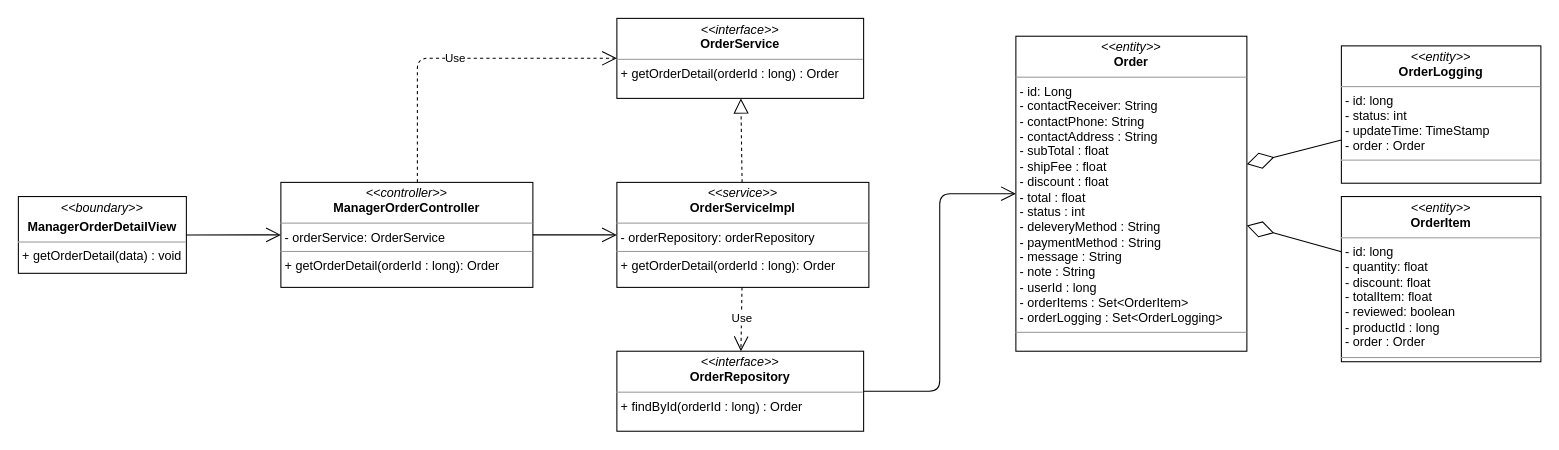
Before: class diagram/manager-order-detail-class-diagram.drawio in nguyenphamvan/datn_20202, a draw.io diagram. Source tidied: cells renumbered, new cells numbered last; positions are measured from the earlier drawing's top-left corner, leaving out a move shared by most shapes. Both pictures are drawn from the tidied source at 105%, with x=0, y=0 at pixel (18, 18).
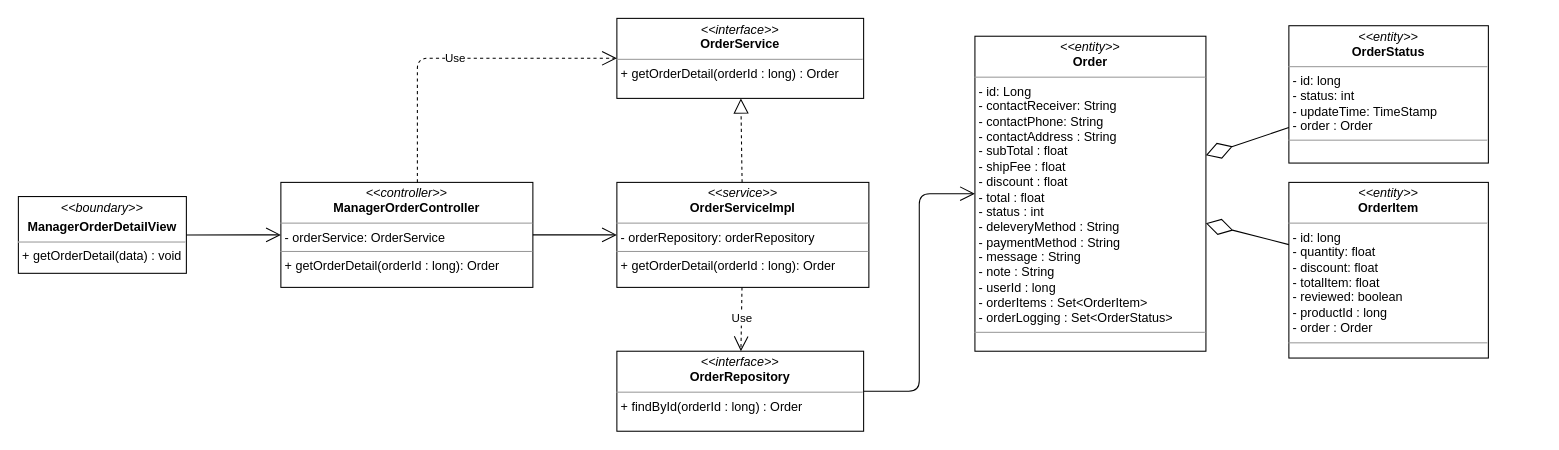
Above is the later version.

The edit, as a diff of the source:
```diff
@@
 <mxGraphModel>
   <root>
     <mxCell id="0" />
     <mxCell id="1" parent="0" />
     <mxCell id="2" value="&lt;p style=&quot;margin: 0px ; margin-top: 4px ; text-align: center&quot;&gt;&lt;i&gt;&amp;lt;&amp;lt;boundary&amp;gt;&amp;gt;&lt;/i&gt;&lt;/p&gt;&lt;p style=&quot;margin: 0px ; margin-top: 4px ; text-align: center&quot;&gt;&lt;b&gt;ManagerOrderDetailView&lt;/b&gt;&lt;/p&gt;&lt;hr size=&quot;1&quot;&gt;&lt;p style=&quot;margin: 0px ; margin-left: 4px&quot;&gt;&lt;span&gt;+ getOrderDetail(data) : void&lt;/span&gt;&lt;br&gt;&lt;/p&gt;" style="verticalAlign=top;align=left;overflow=fill;fontSize=12;fontFamily=Helvetica;html=1;" parent="1" vertex="1">
       <mxGeometry y="169.7" width="160" height="73.1" as="geometry" />
     </mxCell>
     <mxCell id="3" style="endArrow=open;endFill=1;endSize=12;html=1;entryX=0;entryY=0.5;entryDx=0;entryDy=0;exitX=1;exitY=0.5;exitDx=0;exitDy=0;" parent="1" edge="1" source="2" target="7">
       <mxGeometry relative="1" as="geometry" />
     </mxCell>
     <mxCell id="4" style="endArrow=open;endFill=1;endSize=12;html=1;exitX=1;exitY=0.5;exitDx=0;exitDy=0;edgeStyle=orthogonalEdgeStyle;" parent="1" edge="1" source="5" target="13">
       <mxGeometry relative="1" as="geometry" />
     </mxCell>
     <mxCell id="5" value="&lt;p style=&quot;margin: 0px ; margin-top: 4px ; text-align: center&quot;&gt;&lt;i&gt;&amp;lt;&amp;lt;interface&amp;gt;&amp;gt;&lt;/i&gt;&lt;br&gt;&lt;b&gt;OrderRepository&lt;/b&gt;&lt;/p&gt;&lt;hr size=&quot;1&quot;&gt;&lt;p style=&quot;margin: 0px ; margin-left: 4px&quot;&gt;+ findById(orderId : long) : Order&lt;/p&gt;" style="verticalAlign=top;align=left;overflow=fill;fontSize=12;fontFamily=Helvetica;html=1;" parent="1" vertex="1">
       <mxGeometry x="570" y="317" width="235" height="76.2" as="geometry" />
     </mxCell>
     <mxCell id="6" value="&lt;p style=&quot;margin: 0px ; margin-top: 4px ; text-align: center&quot;&gt;&lt;i&gt;&amp;lt;&amp;lt;interface&amp;gt;&amp;gt;&lt;/i&gt;&lt;br&gt;&lt;b&gt;OrderService&lt;/b&gt;&lt;/p&gt;&lt;hr size=&quot;1&quot;&gt;&lt;p style=&quot;margin: 0px ; margin-left: 4px&quot;&gt;+ getOrderDetail(orderId : long) : Order&lt;/p&gt;" style="verticalAlign=top;align=left;overflow=fill;fontSize=12;fontFamily=Helvetica;html=1;" parent="1" vertex="1">
       <mxGeometry x="570" width="235" height="76.2" as="geometry" />
     </mxCell>
     <mxCell id="7" value="&lt;p style=&quot;margin: 0px ; margin-top: 4px ; text-align: center&quot;&gt;&lt;i&gt;&amp;lt;&amp;lt;controller&amp;gt;&amp;gt;&lt;/i&gt;&lt;br&gt;&lt;b&gt;ManagerOrderController&lt;/b&gt;&lt;br&gt;&lt;/p&gt;&lt;hr size=&quot;1&quot;&gt;&lt;p style=&quot;margin: 0px ; margin-left: 4px&quot;&gt;- orderService: OrderService&lt;br&gt;&lt;/p&gt;&lt;hr size=&quot;1&quot;&gt;&lt;p style=&quot;margin: 0px ; margin-left: 4px&quot;&gt;+ getOrderDetail(orderId : long): Order&lt;br&gt;&lt;/p&gt;" style="verticalAlign=top;align=left;overflow=fill;fontSize=12;fontFamily=Helvetica;html=1;" parent="1" vertex="1">
       <mxGeometry x="250" y="156.2" width="240" height="100" as="geometry" />
     </mxCell>
     <mxCell id="8" value="&lt;p style=&quot;margin: 0px ; margin-top: 4px ; text-align: center&quot;&gt;&lt;i&gt;&amp;lt;&amp;lt;service&amp;gt;&amp;gt;&lt;/i&gt;&lt;br&gt;&lt;b&gt;OrderServiceImpl&lt;/b&gt;&lt;/p&gt;&lt;hr size=&quot;1&quot;&gt;&lt;p style=&quot;margin: 0px ; margin-left: 4px&quot;&gt;- orderRepository: orderRepository&lt;br&gt;&lt;/p&gt;&lt;hr size=&quot;1&quot;&gt;&lt;p style=&quot;margin: 0px ; margin-left: 4px&quot;&gt;+ getOrderDetail(orderId : long): Order&lt;br&gt;&lt;/p&gt;" style="verticalAlign=top;align=left;overflow=fill;fontSize=12;fontFamily=Helvetica;html=1;" parent="1" vertex="1">
       <mxGeometry x="570" y="156.2" width="240" height="100" as="geometry" />
     </mxCell>
     <mxCell id="9" value="Use" style="endArrow=open;endSize=12;dashed=1;html=1;edgeStyle=orthogonalEdgeStyle;" parent="1" edge="1" source="7" target="6">
       <mxGeometry relative="1" as="geometry">
         <Array as="points">
           <mxPoint x="380" y="38" />
         </Array>
       </mxGeometry>
     </mxCell>
     <mxCell id="10" style="endArrow=block;dashed=1;endFill=0;endSize=12;html=1;" parent="1" edge="1" source="8" target="6">
       <mxGeometry relative="1" as="geometry" />
     </mxCell>
     <mxCell id="11" value="Use" style="endArrow=open;endSize=12;dashed=1;html=1;" parent="1" edge="1" source="8" target="5">
       <mxGeometry relative="1" as="geometry" />
     </mxCell>
     <mxCell id="12" style="endArrow=open;endFill=1;endSize=12;html=1;" parent="1" edge="1" source="7" target="8">
       <mxGeometry relative="1" as="geometry" />
     </mxCell>
-    <mxCell id="13" value="&lt;p style=&quot;margin: 0px ; margin-top: 4px ; text-align: center&quot;&gt;&lt;i&gt;&amp;lt;&amp;lt;entity&amp;gt;&amp;gt;&lt;/i&gt;&lt;br&gt;&lt;b&gt;Order&lt;/b&gt;&lt;/p&gt;&lt;hr size=&quot;1&quot;&gt;&lt;p style=&quot;margin: 0px ; margin-left: 4px&quot;&gt;- id: Long&lt;/p&gt;&lt;p style=&quot;margin: 0px 0px 0px 4px&quot;&gt;- contactReceiver: String&lt;br&gt;- contactPhone: String&lt;/p&gt;&lt;p style=&quot;margin: 0px 0px 0px 4px&quot;&gt;- contactAddress : String&lt;/p&gt;&lt;p style=&quot;margin: 0px 0px 0px 4px&quot;&gt;- subTotal : float&lt;/p&gt;&lt;p style=&quot;margin: 0px 0px 0px 4px&quot;&gt;- shipFee : float&lt;/p&gt;&lt;p style=&quot;margin: 0px 0px 0px 4px&quot;&gt;- discount : float&lt;/p&gt;&lt;p style=&quot;margin: 0px 0px 0px 4px&quot;&gt;- total : float&lt;/p&gt;&lt;p style=&quot;margin: 0px 0px 0px 4px&quot;&gt;- status : int&lt;/p&gt;&lt;p style=&quot;margin: 0px 0px 0px 4px&quot;&gt;- deleveryMethod : String&lt;/p&gt;&lt;p style=&quot;margin: 0px 0px 0px 4px&quot;&gt;- paymentMethod : String&lt;/p&gt;&lt;p style=&quot;margin: 0px 0px 0px 4px&quot;&gt;- message : String&lt;/p&gt;&lt;p style=&quot;margin: 0px 0px 0px 4px&quot;&gt;- note : String&lt;/p&gt;&lt;p style=&quot;margin: 0px 0px 0px 4px&quot;&gt;- userId : long&lt;/p&gt;&lt;p style=&quot;margin: 0px 0px 0px 4px&quot;&gt;- orderItems : Set&amp;lt;OrderItem&amp;gt;&lt;/p&gt;&lt;p style=&quot;margin: 0px 0px 0px 4px&quot;&gt;- orderLogging : Set&amp;lt;OrderLogging&amp;gt;&amp;nbsp;&lt;/p&gt;&lt;hr size=&quot;1&quot;&gt;&lt;p style=&quot;margin: 0px ; margin-left: 4px&quot;&gt;&lt;br&gt;&lt;/p&gt;" style="verticalAlign=top;align=left;overflow=fill;fontSize=12;fontFamily=Helvetica;html=1;" parent="1" vertex="1">
-      <mxGeometry x="950" y="17" width="220" height="300" as="geometry" />
+    <mxCell id="13" value="&lt;p style=&quot;margin: 0px ; margin-top: 4px ; text-align: center&quot;&gt;&lt;i&gt;&amp;lt;&amp;lt;entity&amp;gt;&amp;gt;&lt;/i&gt;&lt;br&gt;&lt;b&gt;Order&lt;/b&gt;&lt;/p&gt;&lt;hr size=&quot;1&quot;&gt;&lt;p style=&quot;margin: 0px ; margin-left: 4px&quot;&gt;- id: Long&lt;/p&gt;&lt;p style=&quot;margin: 0px 0px 0px 4px&quot;&gt;- contactReceiver: String&lt;br&gt;- contactPhone: String&lt;/p&gt;&lt;p style=&quot;margin: 0px 0px 0px 4px&quot;&gt;- contactAddress : String&lt;/p&gt;&lt;p style=&quot;margin: 0px 0px 0px 4px&quot;&gt;- subTotal : float&lt;/p&gt;&lt;p style=&quot;margin: 0px 0px 0px 4px&quot;&gt;- shipFee : float&lt;/p&gt;&lt;p style=&quot;margin: 0px 0px 0px 4px&quot;&gt;- discount : float&lt;/p&gt;&lt;p style=&quot;margin: 0px 0px 0px 4px&quot;&gt;- total : float&lt;/p&gt;&lt;p style=&quot;margin: 0px 0px 0px 4px&quot;&gt;- status : int&lt;/p&gt;&lt;p style=&quot;margin: 0px 0px 0px 4px&quot;&gt;- deleveryMethod : String&lt;/p&gt;&lt;p style=&quot;margin: 0px 0px 0px 4px&quot;&gt;- paymentMethod : String&lt;/p&gt;&lt;p style=&quot;margin: 0px 0px 0px 4px&quot;&gt;- message : String&lt;/p&gt;&lt;p style=&quot;margin: 0px 0px 0px 4px&quot;&gt;- note : String&lt;/p&gt;&lt;p style=&quot;margin: 0px 0px 0px 4px&quot;&gt;- userId : long&lt;/p&gt;&lt;p style=&quot;margin: 0px 0px 0px 4px&quot;&gt;- orderItems : Set&amp;lt;OrderItem&amp;gt;&lt;/p&gt;&lt;p style=&quot;margin: 0px 0px 0px 4px&quot;&gt;- orderLogging : Set&amp;lt;OrderStatus&amp;gt;&amp;nbsp;&lt;/p&gt;&lt;hr size=&quot;1&quot;&gt;&lt;p style=&quot;margin: 0px ; margin-left: 4px&quot;&gt;&lt;br&gt;&lt;/p&gt;" style="verticalAlign=top;align=left;overflow=fill;fontSize=12;fontFamily=Helvetica;html=1;" parent="1" vertex="1">
+      <mxGeometry x="911" y="17" width="220" height="300" as="geometry" />
     </mxCell>
     <mxCell id="14" value="&lt;p style=&quot;margin: 0px ; margin-top: 4px ; text-align: center&quot;&gt;&lt;i&gt;&amp;lt;&amp;lt;entity&amp;gt;&amp;gt;&lt;/i&gt;&lt;br&gt;&lt;b&gt;OrderItem&lt;/b&gt;&lt;/p&gt;&lt;hr size=&quot;1&quot;&gt;&lt;p style=&quot;margin: 0px ; margin-left: 4px&quot;&gt;- id: long&lt;/p&gt;&lt;p style=&quot;margin: 0px ; margin-left: 4px&quot;&gt;- quantity: float&lt;br&gt;- discount: float&lt;/p&gt;&lt;p style=&quot;margin: 0px ; margin-left: 4px&quot;&gt;- totalItem: float&lt;/p&gt;&lt;p style=&quot;margin: 0px ; margin-left: 4px&quot;&gt;- reviewed: boolean&lt;/p&gt;&lt;p style=&quot;margin: 0px ; margin-left: 4px&quot;&gt;- productId : long&lt;/p&gt;&lt;p style=&quot;margin: 0px ; margin-left: 4px&quot;&gt;- order : Order&lt;/p&gt;&lt;hr size=&quot;1&quot;&gt;&lt;p style=&quot;margin: 0px ; margin-left: 4px&quot;&gt;&lt;br&gt;&lt;/p&gt;" style="verticalAlign=top;align=left;overflow=fill;fontSize=12;fontFamily=Helvetica;html=1;" parent="1" vertex="1">
-      <mxGeometry x="1260" y="169.7" width="190" height="157.3" as="geometry" />
+      <mxGeometry x="1210" y="156.2" width="190" height="167.3" as="geometry" />
     </mxCell>
-    <mxCell id="15" value="&lt;p style=&quot;margin: 0px ; margin-top: 4px ; text-align: center&quot;&gt;&lt;i&gt;&amp;lt;&amp;lt;entity&amp;gt;&amp;gt;&lt;/i&gt;&lt;br&gt;&lt;b&gt;OrderLogging&lt;/b&gt;&lt;/p&gt;&lt;hr size=&quot;1&quot;&gt;&lt;p style=&quot;margin: 0px ; margin-left: 4px&quot;&gt;- id: long&lt;/p&gt;&lt;p style=&quot;margin: 0px ; margin-left: 4px&quot;&gt;- status: int&lt;br&gt;- updateTime: TimeStamp&lt;/p&gt;&lt;p style=&quot;margin: 0px ; margin-left: 4px&quot;&gt;- order : Order&lt;/p&gt;&lt;hr size=&quot;1&quot;&gt;&lt;p style=&quot;margin: 0px ; margin-left: 4px&quot;&gt;&lt;br&gt;&lt;/p&gt;" style="verticalAlign=top;align=left;overflow=fill;fontSize=12;fontFamily=Helvetica;html=1;" parent="1" vertex="1">
-      <mxGeometry x="1260" y="26.2" width="190" height="130.8" as="geometry" />
+    <mxCell id="15" value="&lt;p style=&quot;margin: 0px ; margin-top: 4px ; text-align: center&quot;&gt;&lt;i&gt;&amp;lt;&amp;lt;entity&amp;gt;&amp;gt;&lt;/i&gt;&lt;br&gt;&lt;b&gt;OrderStatus&lt;/b&gt;&lt;/p&gt;&lt;hr size=&quot;1&quot;&gt;&lt;p style=&quot;margin: 0px ; margin-left: 4px&quot;&gt;- id: long&lt;/p&gt;&lt;p style=&quot;margin: 0px ; margin-left: 4px&quot;&gt;- status: int&lt;br&gt;- updateTime: TimeStamp&lt;/p&gt;&lt;p style=&quot;margin: 0px ; margin-left: 4px&quot;&gt;- order : Order&lt;/p&gt;&lt;hr size=&quot;1&quot;&gt;&lt;p style=&quot;margin: 0px ; margin-left: 4px&quot;&gt;&lt;br&gt;&lt;/p&gt;" style="verticalAlign=top;align=left;overflow=fill;fontSize=12;fontFamily=Helvetica;html=1;" parent="1" vertex="1">
+      <mxGeometry x="1210" y="7" width="190" height="130.8" as="geometry" />
     </mxCell>
     <mxCell id="16" style="endArrow=diamondThin;endFill=0;endSize=24;html=1;" parent="1" edge="1" source="15" target="13">
       <mxGeometry relative="1" as="geometry" />
     </mxCell>
     <mxCell id="17" style="endArrow=diamondThin;endFill=0;endSize=24;html=1;" parent="1" edge="1" source="14" target="13">
       <mxGeometry relative="1" as="geometry" />
     </mxCell>
   </root>
 </mxGraphModel>
```
